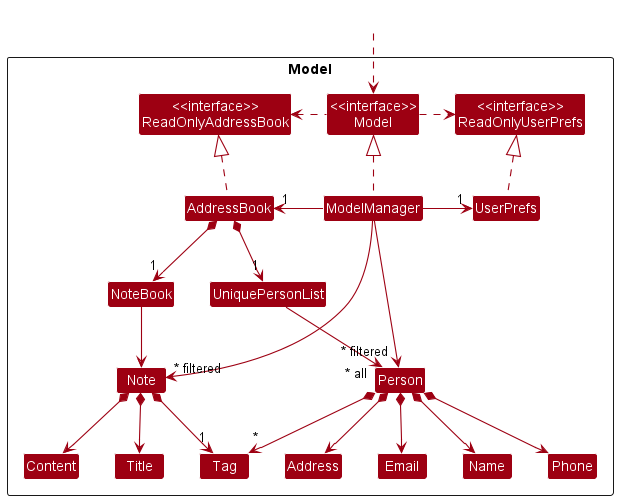
The PlantUML diagram docs/images/ModelClassDiagram.png in nus-cs2103-AY2223S1/tp, before a commit.
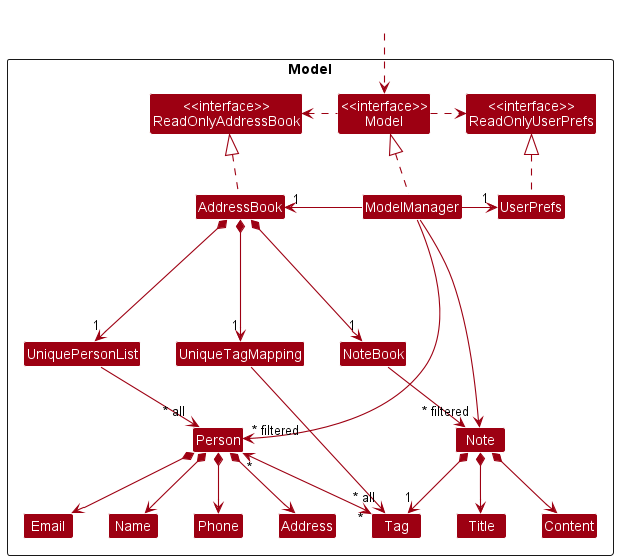
The same diagram one commit later.

Commit message:
Update ModelClassDiagram with new tag structure

Update ModelClassDiagram with UniqueTagMapping and the new structure
where there is a bidirectional association between Person and Tag.

Diff of the diagram source:
```diff
@@ -13,6 +13,7 @@
 Class UserPrefs
 
 Class UniquePersonList
+Class UniqueTagMapping
 Class Person
 Class Address
 Class Email
@@ -38,9 +39,11 @@
 ModelManager -right-> "1" UserPrefs
 UserPrefs .up.|> ReadOnlyUserPrefs
 
-AddressBook *--> "1" UniquePersonList
-AddressBook *--> "1" NoteBook
+AddressBook *---> "1" UniquePersonList
+AddressBook *---> "1" UniqueTagMapping
+AddressBook *---> "1" NoteBook
 UniquePersonList --> "~* all" Person
+UniqueTagMapping ---> "~* all" Tag
 NoteBook --> Note
 Note *--> Content
 Note *-->  Title
@@ -49,7 +52,7 @@
 Person *--> Phone
 Person *--> Email
 Person *--> Address
-Person *--> "*" Tag
+Person "*" <--> "*" Tag
 
 Name -[hidden]right-> Phone
 Phone -[hidden]right-> Address
```
